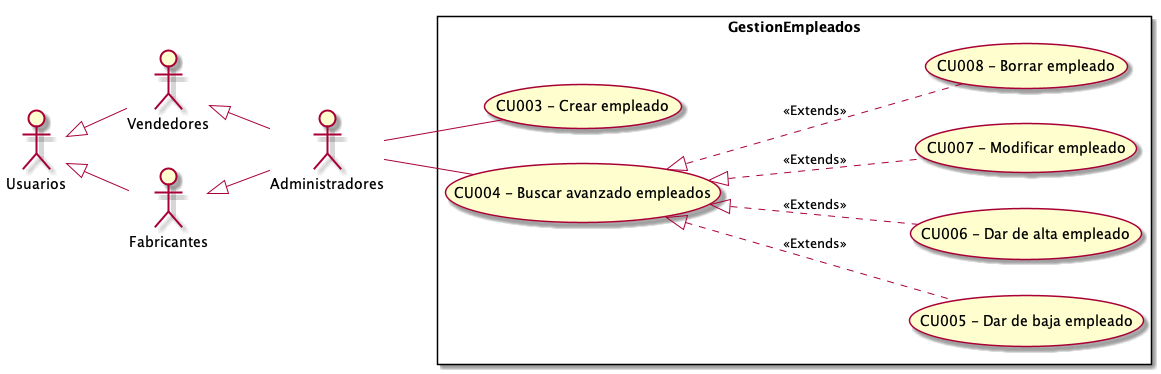
ZMGestion/DocumentacionZMGestion keeps this PlantUML diagram as Informe Final/Imagenes/ModeladoDeCasosDeUso/DiagramaDeCasosDeUso/GestionEmpleados.png. Above is the earlier version. The source it was exported from:
```plantuml
@startuml GestionEmpleados
top to bottom direction
:Usuarios:
:Administradores:
:Vendedores:
:Fabricantes:

Usuarios <|-- Vendedores
Usuarios <|-- Fabricantes
Vendedores <|-- Administradores
Fabricantes <|-- Administradores

 left to right direction

rectangle GestionEmpleados{
    UseCase "CU003 - Crear empleado" as C
    UseCase "CU004 - Buscar avanzado empleados" as BA
    UseCase "CU005 - Dar de baja empleado" as DB
    UseCase "CU006 - Dar de alta empleado" as DA
    UseCase "CU007 - Modificar empleado" as M
    UseCase "CU008 - Borrar empleado" as B
    BA <|.. M : <<Extends>>
    BA <|.. DA : <<Extends>>
    BA <|.. DB : <<Extends>>
    BA <|.. B : <<Extends>>
}
    Administradores -- C
    Administradores -- BA

@enduml
```
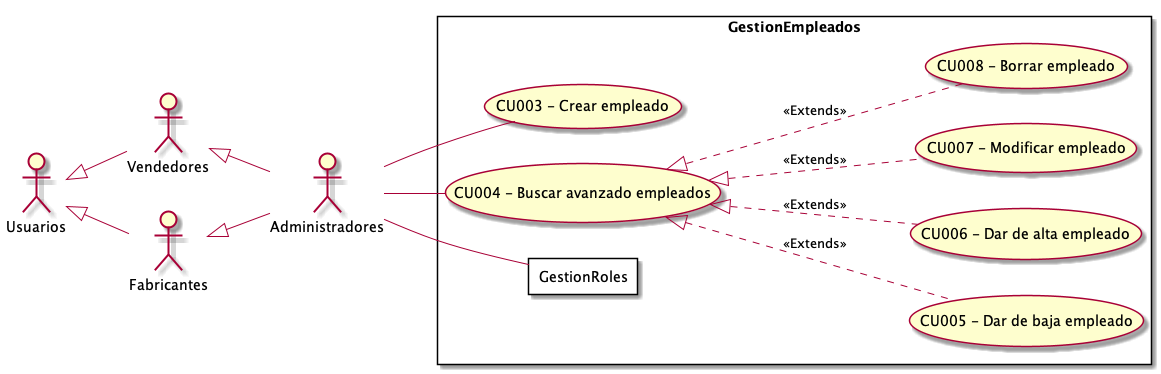
Later version of the same file.

Diff of the diagram source:
```diff
@@ -19,6 +19,8 @@
     UseCase "CU006 - Dar de alta empleado" as DA
     UseCase "CU007 - Modificar empleado" as M
     UseCase "CU008 - Borrar empleado" as B
+    rectangle GestionRoles as Roles{
+    }
     BA <|.. M : <<Extends>>
     BA <|.. DA : <<Extends>>
     BA <|.. DB : <<Extends>>
@@ -26,5 +28,7 @@
 }
     Administradores -- C
     Administradores -- BA
+    Administradores -- Roles
+
 
 @enduml
```
